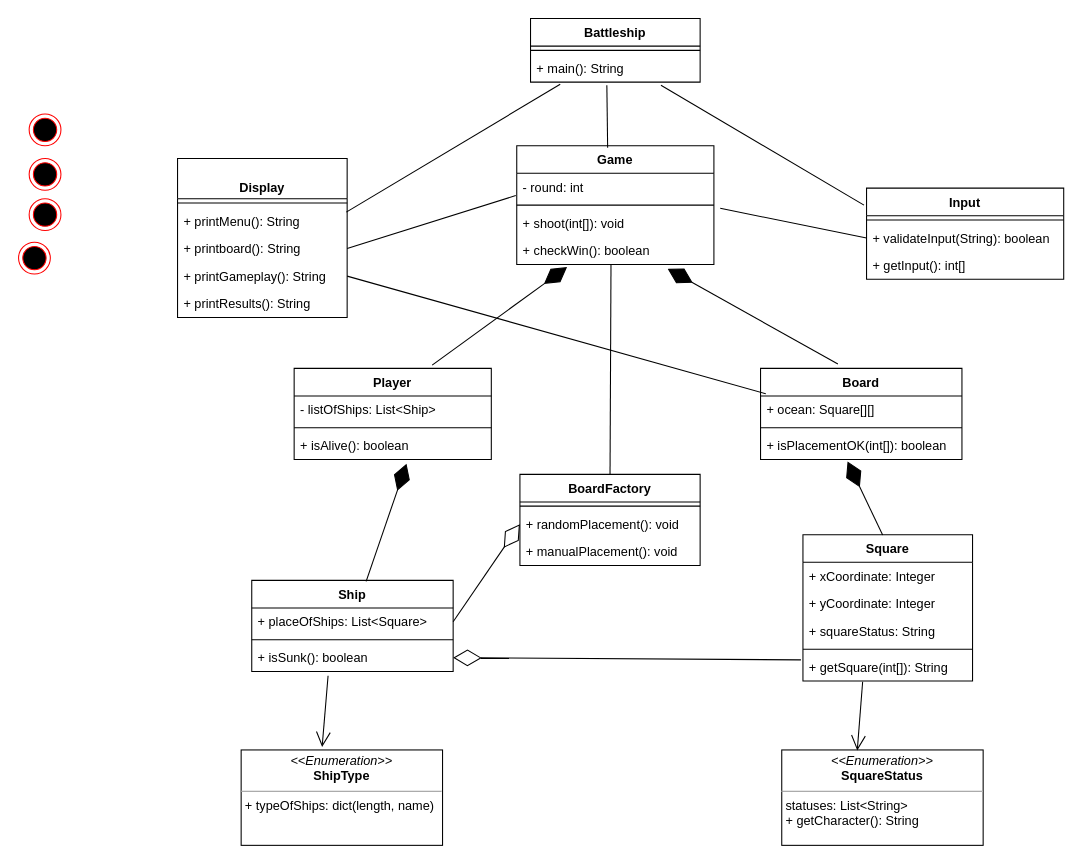
This is Battleship.drawio from CodecoolGlobal/battleship-oop-java-megaseves, a draw.io file, before an edit. Source tidied: cells renumbered, new cells numbered last; positions are measured from the earlier drawing's top-left corner, leaving out a move shared by most shapes. Both pictures are drawn from the tidied source at 106%, with x=0, y=0 at pixel (18, 18).
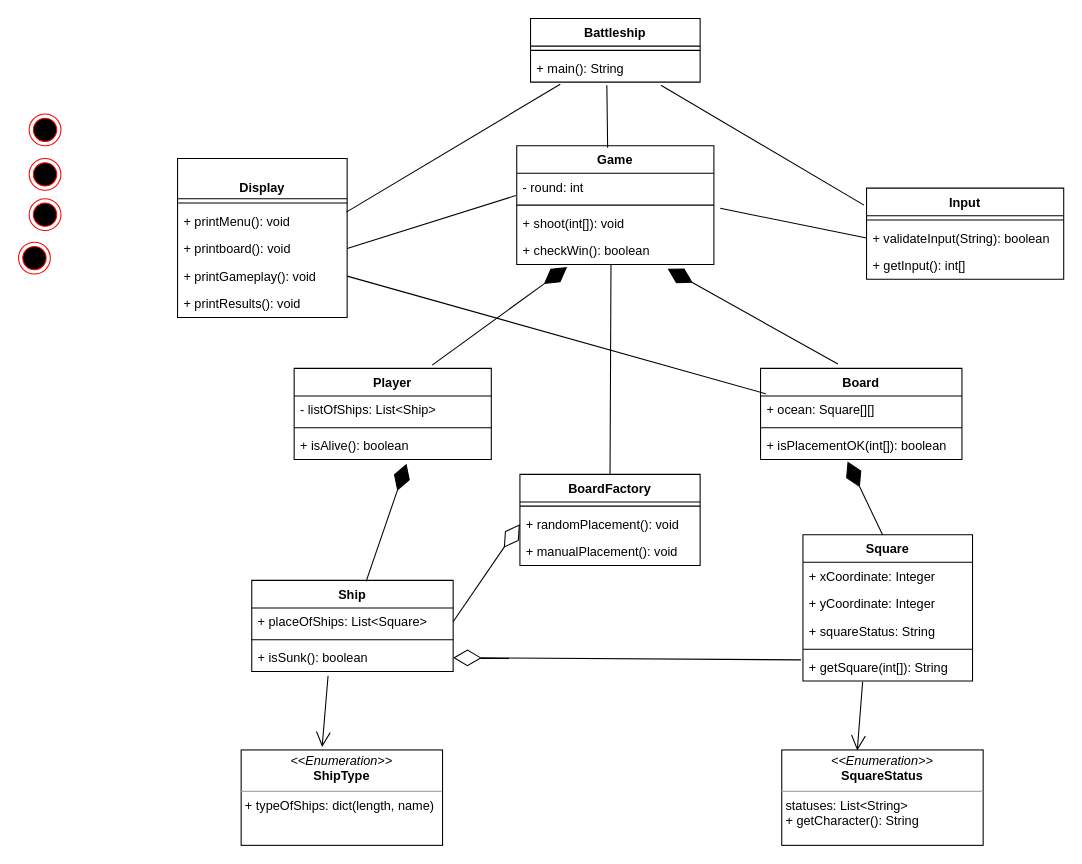
After the change.

The change refers to these unchanged cells:
```xml
<mxCell id="5" value="&#10;Display" style="swimlane;fontStyle=1;align=center;verticalAlign=top;horizontal=1;startSize=38;" parent="1" vertex="1">
  <mxGeometry x="150" y="132" width="160" height="150" as="geometry" />
</mxCell>
```

The edit, as a diff of the source:
```diff
@@
-    <mxCell id="7" value="+ printMenu(): String" style="text;strokeColor=none;fillColor=none;align=left;verticalAlign=top;spacingLeft=4;spacingRight=4;overflow=hidden;points=[[0,0.5],[1,0.5]];portConstraint=eastwest;" parent="5" vertex="1">
+    <mxCell id="7" value="+ printMenu(): void" style="text;strokeColor=none;fillColor=none;align=left;verticalAlign=top;spacingLeft=4;spacingRight=4;overflow=hidden;points=[[0,0.5],[1,0.5]];portConstraint=eastwest;" parent="5" vertex="1">
       <mxGeometry y="46" width="160" height="26" as="geometry" />
     </mxCell>
-    <mxCell id="8" value="+ printboard(): String" style="text;strokeColor=none;fillColor=none;align=left;verticalAlign=top;spacingLeft=4;spacingRight=4;overflow=hidden;points=[[0,0.5],[1,0.5]];portConstraint=eastwest;" parent="5" vertex="1">
+    <mxCell id="8" value="+ printboard(): void" style="text;strokeColor=none;fillColor=none;align=left;verticalAlign=top;spacingLeft=4;spacingRight=4;overflow=hidden;points=[[0,0.5],[1,0.5]];portConstraint=eastwest;" parent="5" vertex="1">
       <mxGeometry y="72" width="160" height="26" as="geometry" />
     </mxCell>
-    <mxCell id="9" value="+ printGameplay(): String" style="text;strokeColor=none;fillColor=none;align=left;verticalAlign=top;spacingLeft=4;spacingRight=4;overflow=hidden;points=[[0,0.5],[1,0.5]];portConstraint=eastwest;" parent="5" vertex="1">
+    <mxCell id="9" value="+ printGameplay(): void" style="text;strokeColor=none;fillColor=none;align=left;verticalAlign=top;spacingLeft=4;spacingRight=4;overflow=hidden;points=[[0,0.5],[1,0.5]];portConstraint=eastwest;" parent="5" vertex="1">
       <mxGeometry y="98" width="160" height="26" as="geometry" />
     </mxCell>
-    <mxCell id="10" value="+ printResults(): String" style="text;strokeColor=none;fillColor=none;align=left;verticalAlign=top;spacingLeft=4;spacingRight=4;overflow=hidden;" parent="5" vertex="1">
+    <mxCell id="10" value="+ printResults(): void" style="text;strokeColor=none;fillColor=none;align=left;verticalAlign=top;spacingLeft=4;spacingRight=4;overflow=hidden;" parent="5" vertex="1">
       <mxGeometry y="124" width="160" height="26" as="geometry" />
     </mxCell>
```
